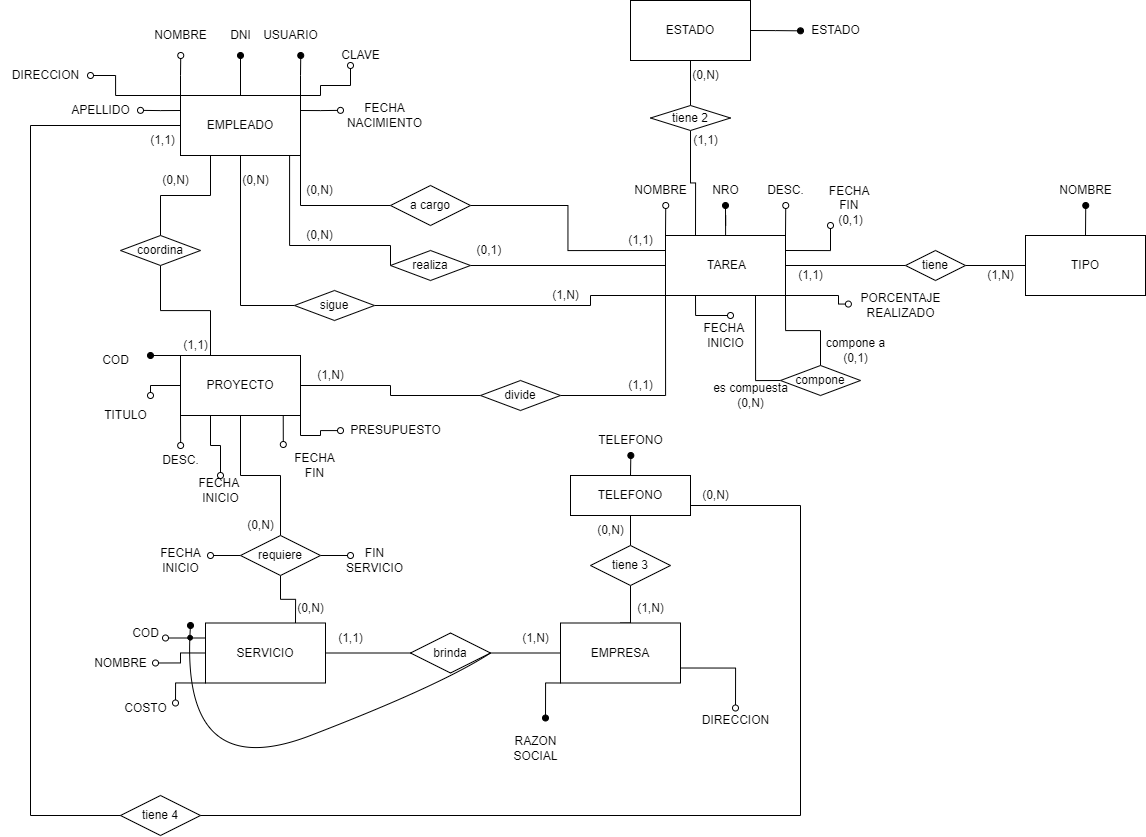
This is PRACTICA 2/Parte1/Ejercicio10/Ejercicio10-logico.png from agusrnfr/DBD, a draw.io export, as it was before one commit. Source tidied: cells renumbered, new cells last; positions are measured from the earlier drawing's top-left corner, leaving out a move shared by most shapes.
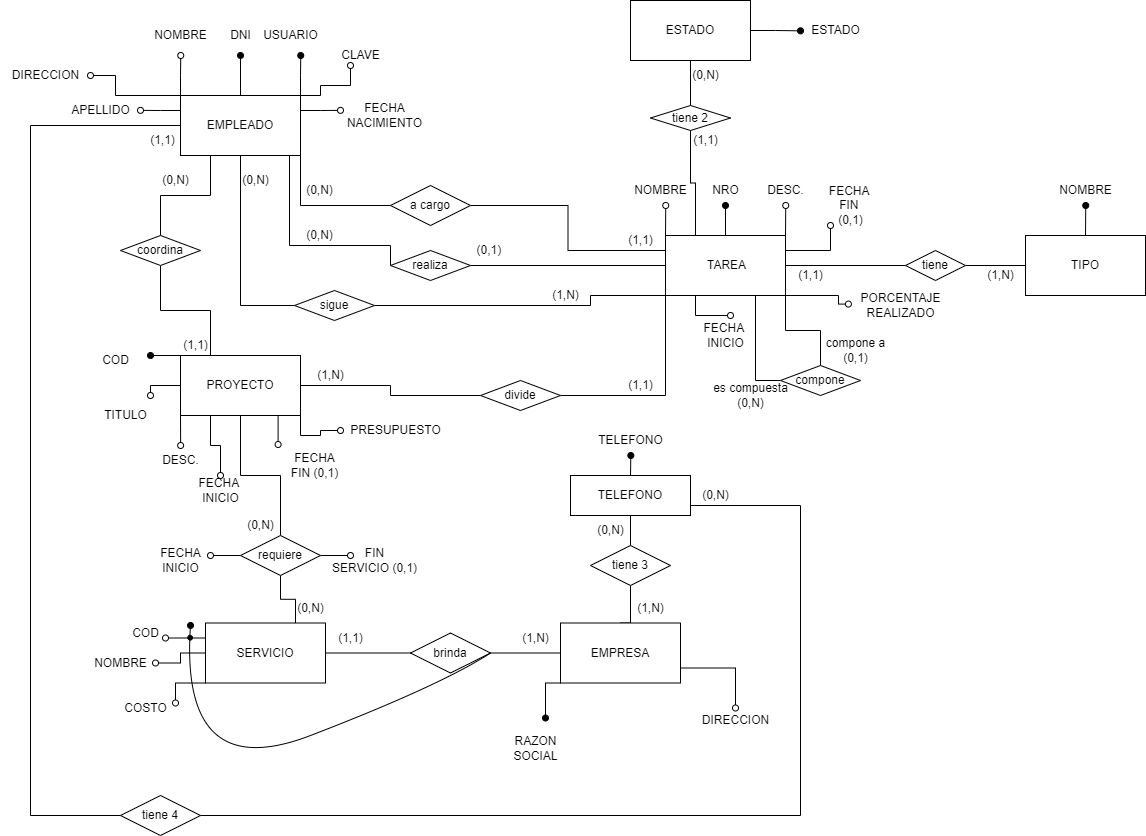
The same diagram one commit later.

Commit message:
ejercicio 9 y 10 fisicos

Diff of the diagram source:
```diff
@@ -213,8 +213,8 @@
     <mxCell id="48" value="FECHA &lt;br&gt;INICIO" style="text;html=1;align=center;verticalAlign=middle;strokeColor=none;fillColor=none;" parent="1" vertex="1">
       <mxGeometry x="190" y="470" width="60" height="40" as="geometry" />
     </mxCell>
-    <mxCell id="49" value="FECHA&lt;br&gt;FIN" style="text;html=1;align=center;verticalAlign=middle;points=[];strokeColor=none;fillColor=none;" parent="1" vertex="1">
-      <mxGeometry x="284" y="445" width="60" height="40" as="geometry" />
+    <mxCell id="49" value="FECHA&lt;br&gt;FIN (0,1)" style="text;html=1;align=center;verticalAlign=middle;points=[];strokeColor=none;fillColor=none;" parent="1" vertex="1">
+      <mxGeometry x="279" y="445" width="70" height="40" as="geometry" />
     </mxCell>
     <mxCell id="50" value="PRESUPUESTO" style="text;html=1;align=center;verticalAlign=middle;points=[];strokeColor=none;fillColor=none;" parent="1" vertex="1">
       <mxGeometry x="340" y="415" width="110" height="30" as="geometry" />
@@ -444,8 +444,8 @@
     <mxCell id="117" value="FECHA&lt;br&gt;INICIO" style="text;html=1;align=center;verticalAlign=middle;strokeColor=none;fillColor=none;" parent="1" vertex="1">
       <mxGeometry x="150" y="540" width="60" height="40" as="geometry" />
     </mxCell>
-    <mxCell id="118" value="FIN&lt;br&gt;SERVICIO" style="text;html=1;align=center;verticalAlign=middle;strokeColor=none;fillColor=none;" parent="1" vertex="1">
-      <mxGeometry x="334" y="540" width="80" height="40" as="geometry" />
+    <mxCell id="118" value="FIN&lt;br&gt;SERVICIO (0,1)" style="text;html=1;align=center;verticalAlign=middle;strokeColor=none;fillColor=none;" parent="1" vertex="1">
+      <mxGeometry x="319" y="540" width="110" height="40" as="geometry" />
     </mxCell>
     <mxCell id="119" style="edgeStyle=orthogonalEdgeStyle;rounded=0;jettySize=auto;html=1;exitX=0.5;exitY=0;exitDx=0;exitDy=0;endArrow=oval;endFill=1;" parent="1" edge="1" source="120">
       <mxGeometry relative="1" as="geometry">
```
